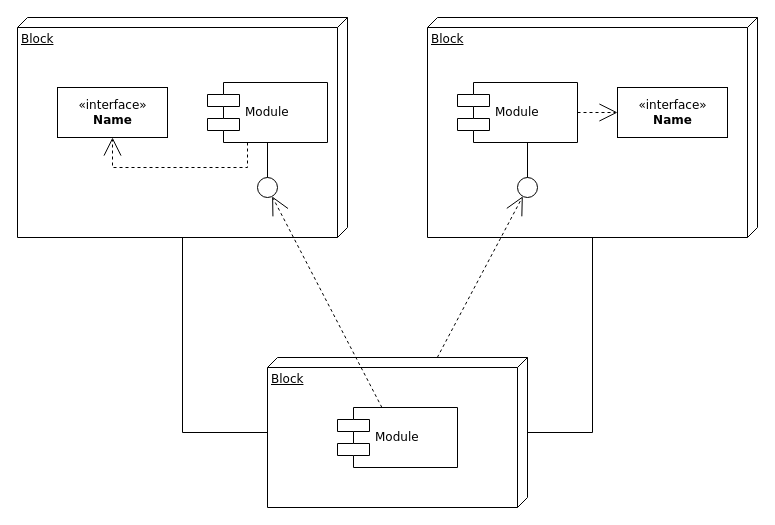
This is Untitled Diagram.drawio from Mr-Frank-Zhao/draw.io, a draw.io file, before an edit. Source tidied: cells renumbered, new cells numbered last; positions are measured from the earlier drawing's top-left corner, leaving out a move shared by most shapes. Both pictures are drawn from the tidied source at 100%, with x=0, y=0 at pixel (17, 17).
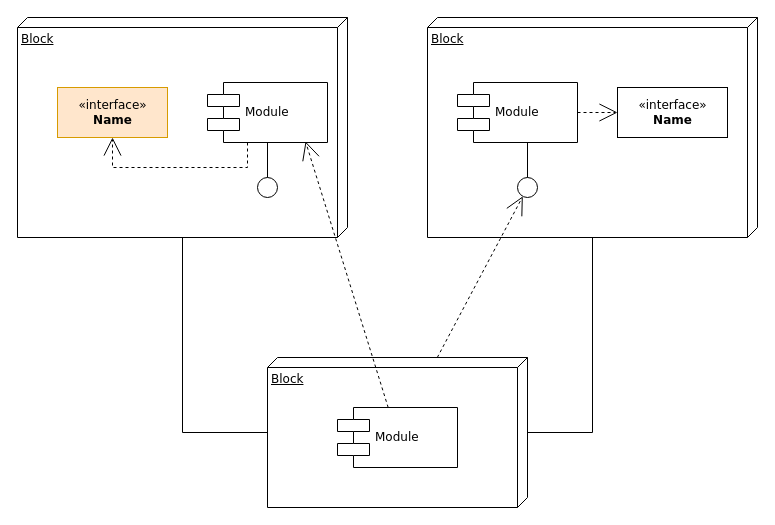
Above is the later version.

Unchanged cells that the change refers to:
```xml
<mxCell id="6" value="Module" style="shape=component;align=left;spacingLeft=36;rounded=0;shadow=0;comic=0;labelBackgroundColor=none;strokeWidth=1;fontFamily=Verdana;fontSize=12;html=1;" parent="1" vertex="1">
  <mxGeometry x="190" y="65" width="120" height="60" as="geometry" />
</mxCell>
<mxCell id="7" style="ellipse;whiteSpace=wrap;html=1;rounded=0;shadow=0;comic=0;labelBackgroundColor=none;strokeWidth=1;fontFamily=Verdana;fontSize=12;align=center;" parent="1" vertex="1">
  <mxGeometry x="240" y="160" width="20" height="20" as="geometry" />
</mxCell>
<mxCell id="11" value="Module" style="shape=component;align=left;spacingLeft=36;rounded=0;shadow=0;comic=0;labelBackgroundColor=none;strokeWidth=1;fontFamily=Verdana;fontSize=12;html=1;" parent="1" vertex="1">
  <mxGeometry x="320" y="390" width="120" height="60" as="geometry" />
</mxCell>
```

Change to the diagram source:
```diff
@@
-    <mxCell id="5" value="&amp;laquo;interface&amp;raquo;&lt;br&gt;&lt;b&gt;Name&lt;/b&gt;" style="html=1;rounded=0;shadow=0;comic=0;labelBackgroundColor=none;strokeWidth=1;fontFamily=Verdana;fontSize=12;align=center;" parent="1" vertex="1">
+    <mxCell id="5" value="&amp;laquo;interface&amp;raquo;&lt;br&gt;&lt;b&gt;Name&lt;/b&gt;" style="html=1;rounded=0;shadow=0;comic=0;labelBackgroundColor=none;strokeWidth=1;fontFamily=Verdana;fontSize=12;align=center;fillColor=#ffe6cc;strokeColor=#d79b00;" parent="1" vertex="1">
       <mxGeometry x="40" y="70" width="110" height="50" as="geometry" />
     </mxCell>
@@
-    <mxCell id="12" style="edgeStyle=none;rounded=0;html=1;dashed=1;labelBackgroundColor=none;startArrow=none;startFill=0;startSize=8;endArrow=open;endFill=0;endSize=16;fontFamily=Verdana;fontSize=12;" parent="1" edge="1" source="11" target="7">
+    <mxCell id="12" style="edgeStyle=none;rounded=0;html=1;dashed=1;labelBackgroundColor=none;startArrow=none;startFill=0;startSize=8;endArrow=open;endFill=0;endSize=16;fontFamily=Verdana;fontSize=12;entryX=0.817;entryY=0.983;entryDx=0;entryDy=0;entryPerimeter=0;" parent="1" edge="1" source="11" target="6">
       <mxGeometry relative="1" as="geometry" />
     </mxCell>
```
